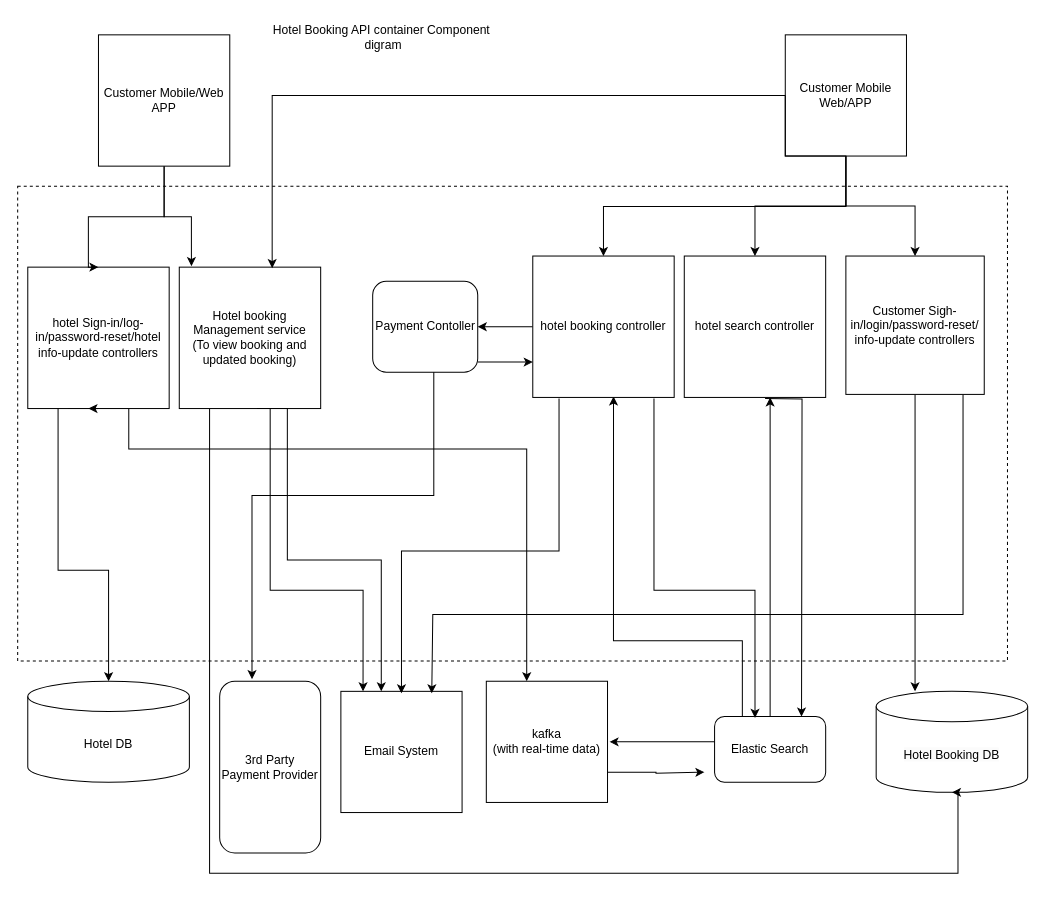
Before: Untitled Diagram.drawio in yassh88/ts, a draw.io diagram. Source tidied: cells renumbered, new cells numbered last; positions are measured from the earlier drawing's top-left corner, leaving out a move shared by most shapes. Both pictures are drawn from the tidied source at 101%, with x=0, y=0 at pixel (17, 17).
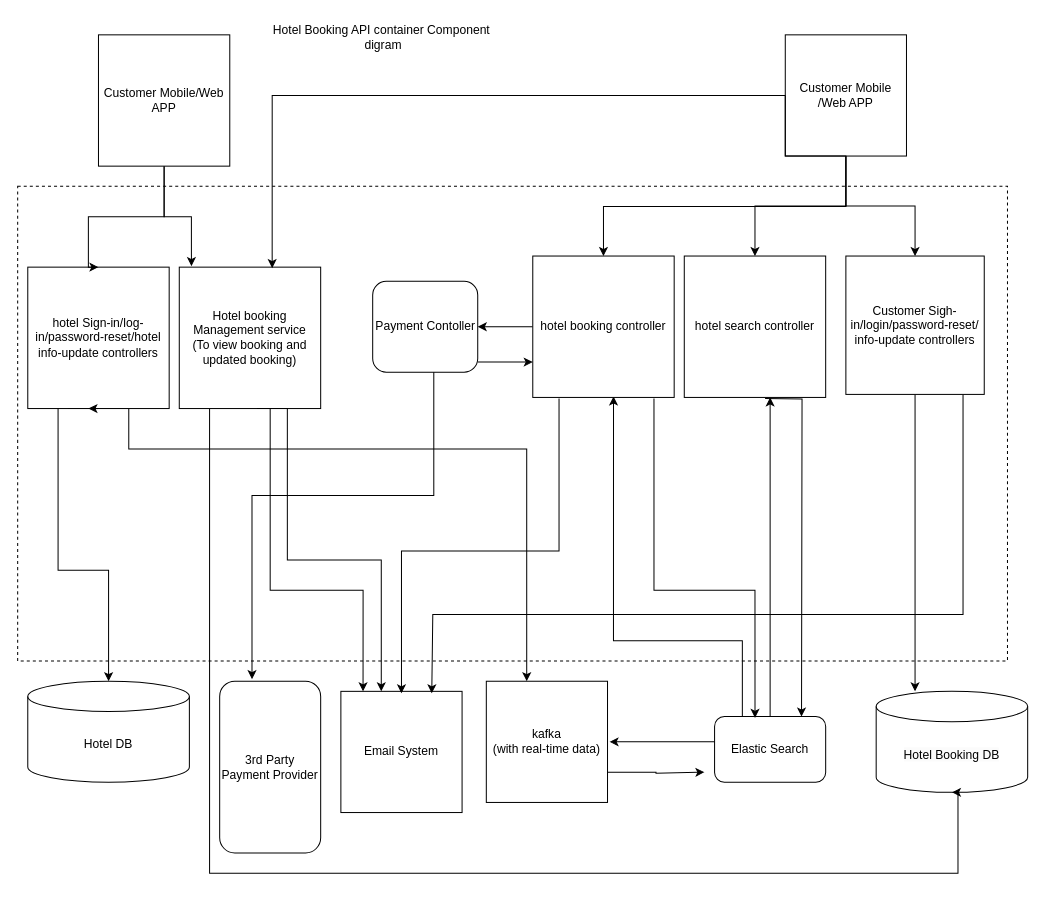
The same page after the edit.

What changed in the source:
```diff
@@
-    <mxCell id="21" value="Customer Mobile Web/APP" style="whiteSpace=wrap;html=1;" parent="1" vertex="1">
+    <mxCell id="21" value="Customer Mobile /Web APP" style="whiteSpace=wrap;html=1;" parent="1" vertex="1">
       <mxGeometry x="760" y="17" width="120" height="120" as="geometry" />
     </mxCell>
```
